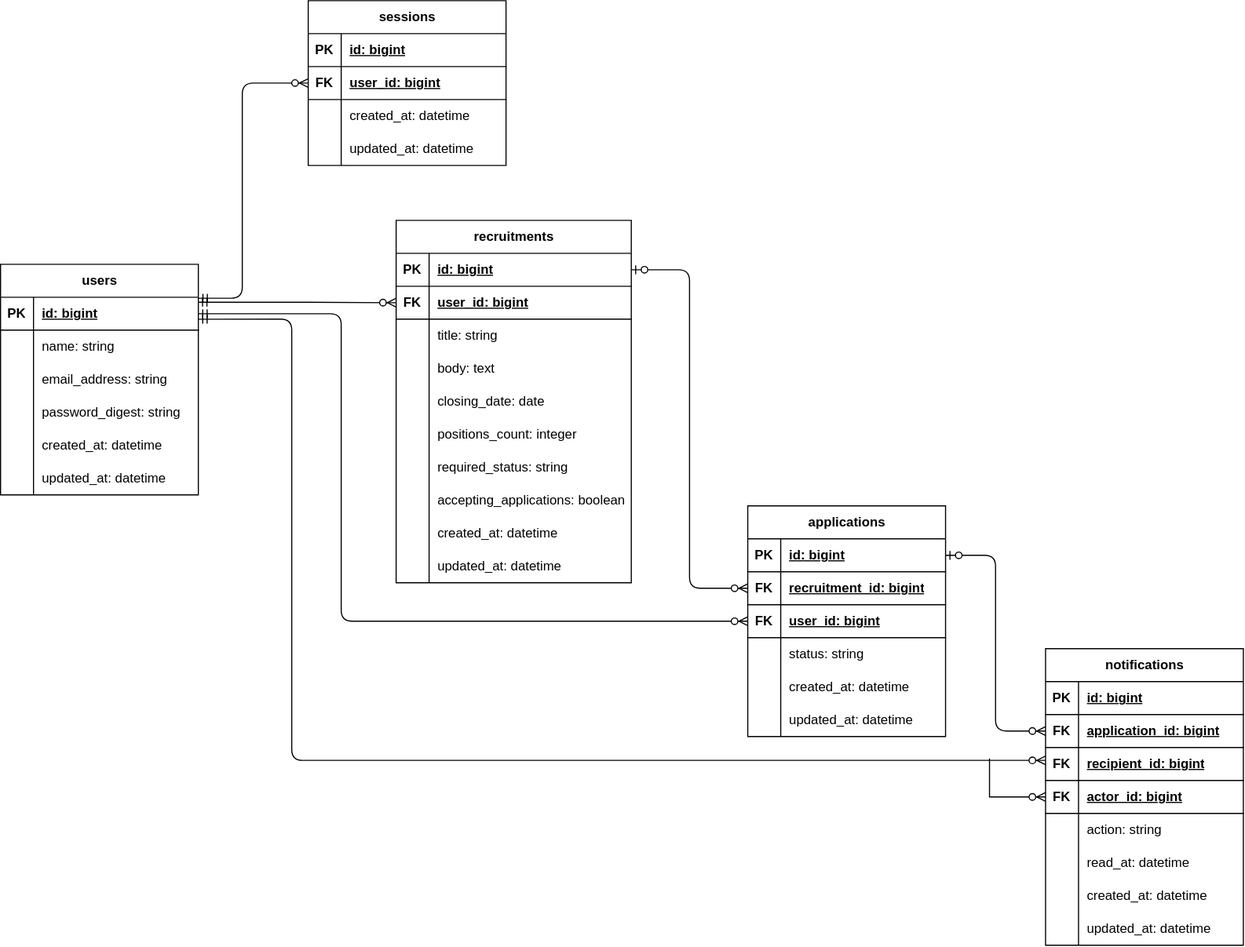
This is docs/er-diagram.drawio.svg from tnakamura0/team-development-matching, a draw.io export, as it was before one commit. Source tidied: cells renumbered, new cells last; positions are measured from the earlier drawing's top-left corner, leaving out a move shared by most shapes.
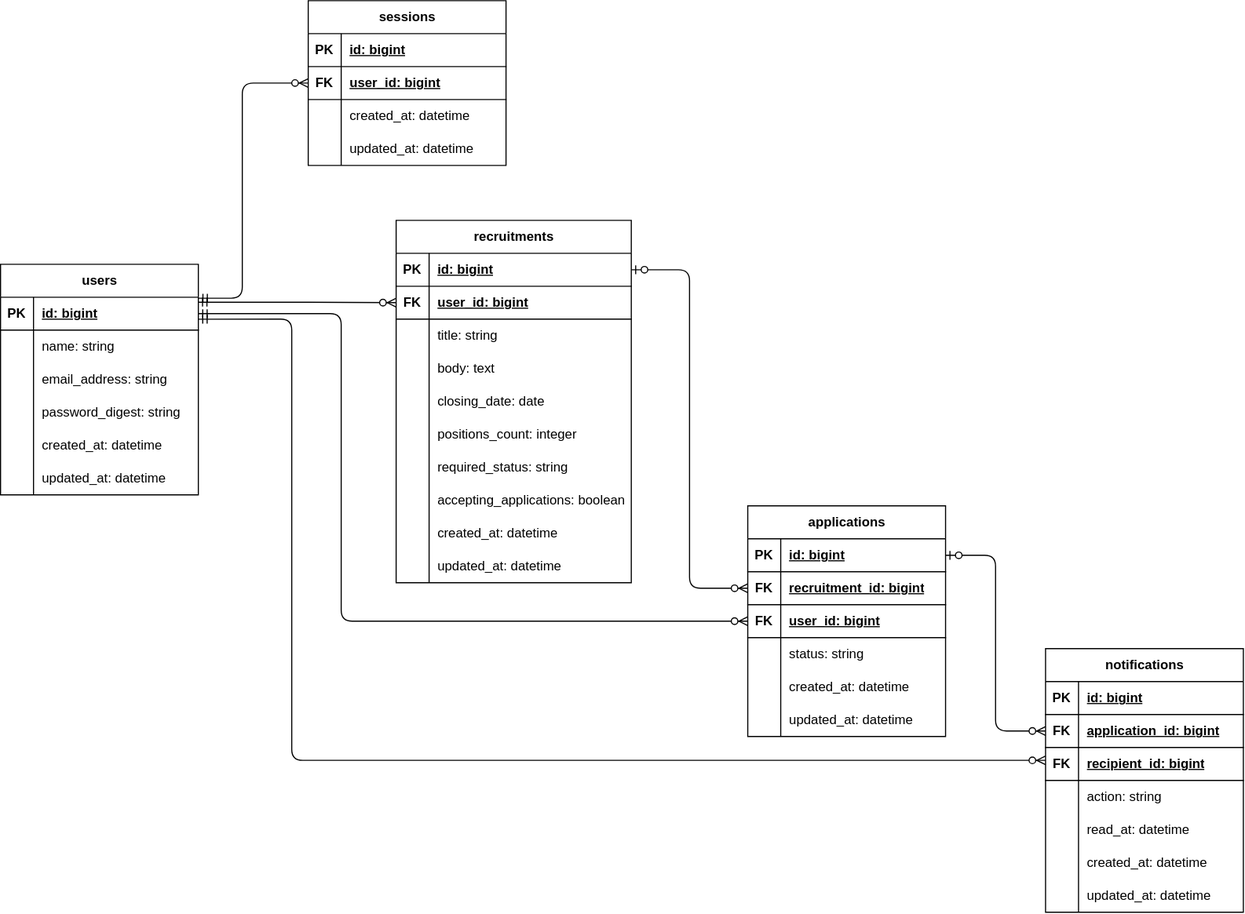
Above is the later version.

The edit, as a diff of the source:
```diff
@@ -153,7 +153,7 @@
       <mxGeometry x="30" width="184" height="30" as="geometry" />
     </mxCell>
     <mxCell id="52" value="notifications" style="shape=table;startSize=30;rowLines=0;fontStyle=1;align=center;html=1;" parent="1" vertex="1">
-      <mxGeometry x="951" y="590" width="180" height="270" as="geometry" />
+      <mxGeometry x="951" y="590" width="180" height="240" as="geometry" />
     </mxCell>
     <mxCell id="53" style="shape=tableRow;horizontal=0;startSize=0;swimlaneHead=0;swimlaneBody=0;fillColor=none;top=0;left=0;right=0;bottom=1;" parent="52" vertex="1">
       <mxGeometry y="30" width="180" height="30" as="geometry" />
@@ -182,17 +182,8 @@
     <mxCell id="61" value="recipient_id: bigint" style="shape=partialRectangle;fillColor=none;top=0;left=0;bottom=0;right=0;align=left;spacingLeft=6;fontStyle=5;overflow=hidden;whiteSpace=wrap;html=1;" parent="59" vertex="1">
       <mxGeometry x="30" width="150" height="30" as="geometry" />
     </mxCell>
-    <mxCell id="62" style="shape=tableRow;horizontal=0;startSize=0;swimlaneHead=0;swimlaneBody=0;fillColor=none;points=[[0,0.5],[1,0.5]];portConstraint=eastwest;top=0;left=0;right=0;bottom=1;" parent="52" vertex="1">
-      <mxGeometry y="120" width="180" height="30" as="geometry" />
-    </mxCell>
-    <mxCell id="63" value="FK" style="shape=partialRectangle;fillColor=none;top=0;left=0;bottom=0;right=0;fontStyle=1;overflow=hidden;whiteSpace=wrap;html=1;" parent="62" vertex="1">
-      <mxGeometry width="30" height="30" as="geometry" />
-    </mxCell>
-    <mxCell id="64" value="actor_id: bigint" style="shape=partialRectangle;fillColor=none;top=0;left=0;bottom=0;right=0;align=left;spacingLeft=6;fontStyle=5;overflow=hidden;whiteSpace=wrap;html=1;" parent="62" vertex="1">
-      <mxGeometry x="30" width="150" height="30" as="geometry" />
-    </mxCell>
     <mxCell id="65" style="shape=tableRow;horizontal=0;startSize=0;swimlaneHead=0;swimlaneBody=0;fillColor=none;top=0;left=0;right=0;bottom=0;" parent="52" vertex="1">
-      <mxGeometry y="150" width="180" height="30" as="geometry" />
+      <mxGeometry y="120" width="180" height="30" as="geometry" />
     </mxCell>
     <mxCell id="66" style="shape=partialRectangle;fillColor=none;top=0;left=0;bottom=0;right=0;overflow=hidden;whiteSpace=wrap;html=1;" parent="65" vertex="1">
       <mxGeometry width="30" height="30" as="geometry" />
@@ -201,7 +192,7 @@
       <mxGeometry x="30" width="150" height="30" as="geometry" />
     </mxCell>
     <mxCell id="68" style="shape=tableRow;horizontal=0;startSize=0;swimlaneHead=0;swimlaneBody=0;fillColor=none;top=0;left=0;right=0;bottom=0;" parent="52" vertex="1">
-      <mxGeometry y="180" width="180" height="30" as="geometry" />
+      <mxGeometry y="150" width="180" height="30" as="geometry" />
     </mxCell>
     <mxCell id="69" style="shape=partialRectangle;fillColor=none;top=0;left=0;bottom=0;right=0;overflow=hidden;whiteSpace=wrap;html=1;" parent="68" vertex="1">
       <mxGeometry width="30" height="30" as="geometry" />
@@ -210,7 +201,7 @@
       <mxGeometry x="30" width="150" height="30" as="geometry" />
     </mxCell>
     <mxCell id="71" style="shape=tableRow;horizontal=0;startSize=0;swimlaneHead=0;swimlaneBody=0;fillColor=none;top=0;left=0;right=0;bottom=0;" parent="52" vertex="1">
-      <mxGeometry y="210" width="180" height="30" as="geometry" />
+      <mxGeometry y="180" width="180" height="30" as="geometry" />
     </mxCell>
     <mxCell id="72" style="shape=partialRectangle;fillColor=none;top=0;left=0;bottom=0;right=0;overflow=hidden;whiteSpace=wrap;html=1;" parent="71" vertex="1">
       <mxGeometry width="30" height="30" as="geometry" />
@@ -219,7 +210,7 @@
       <mxGeometry x="30" width="150" height="30" as="geometry" />
     </mxCell>
     <mxCell id="74" style="shape=tableRow;horizontal=0;startSize=0;swimlaneHead=0;swimlaneBody=0;fillColor=none;top=0;left=0;right=0;bottom=0;" parent="52" vertex="1">
-      <mxGeometry y="240" width="180" height="30" as="geometry" />
+      <mxGeometry y="210" width="180" height="30" as="geometry" />
     </mxCell>
     <mxCell id="75" style="shape=partialRectangle;fillColor=none;top=0;left=0;bottom=0;right=0;overflow=hidden;whiteSpace=wrap;html=1;" parent="74" vertex="1">
       <mxGeometry width="30" height="30" as="geometry" />
@@ -358,10 +349,5 @@
         </Array>
       </mxGeometry>
     </mxCell>
-    <mxCell id="115" style="edgeStyle=orthogonalEdgeStyle;fontSize=12;html=1;endArrow=ERzeroToMany;endFill=1;rounded=0;defaultLabelBackgroundColor=page;labelPadding=0 4;entryX=0;entryY=0.5;entryDx=0;entryDy=0;strokeColor=default;" parent="1" edge="1" target="62">
-      <mxGeometry x="0.01" relative="1" as="geometry">
-        <mxPoint x="900" y="690" as="sourcePoint" />
-      </mxGeometry>
-    </mxCell>
   </root>
 </mxGraphModel>
```
